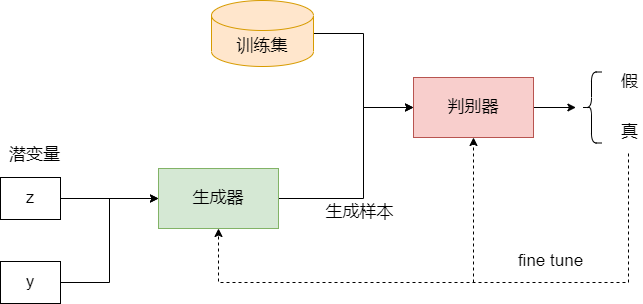
This is gan.drawio.png from lakomi/pictures, a draw.io export, as it was before one commit. Source tidied: cells renumbered, new cells last; positions are measured from the earlier drawing's top-left corner, leaving out a move shared by most shapes.
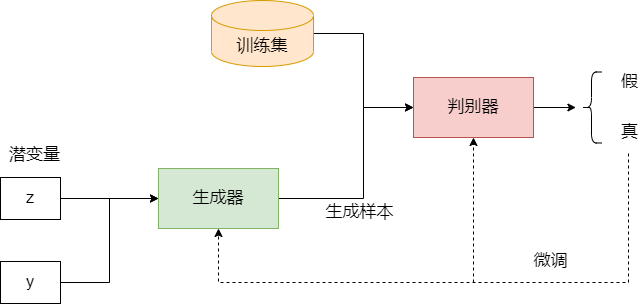
Later version of the same file.

Change to the diagram source:
```diff
@@ -58,8 +58,8 @@
         <mxPoint x="473" y="282" as="sourcePoint" />
       </mxGeometry>
     </mxCell>
-    <mxCell id="16" value="fine tune" style="text;html=1;align=center;verticalAlign=middle;strokeColor=none;fillColor=none;fontSize=17;" parent="1" vertex="1">
-      <mxGeometry x="512" y="249" width="76" height="24" as="geometry" />
+    <mxCell id="16" value="微调" style="text;html=1;align=center;verticalAlign=middle;strokeColor=none;fillColor=none;fontSize=17;" parent="1" vertex="1">
+      <mxGeometry x="528" y="249" width="44" height="24" as="geometry" />
     </mxCell>
     <mxCell id="17" value="潜变量" style="text;html=1;align=center;verticalAlign=middle;strokeColor=none;fillColor=none;fontSize=17;" parent="1" vertex="1">
       <mxGeometry x="3" y="142.5" width="61" height="24" as="geometry" />
```
